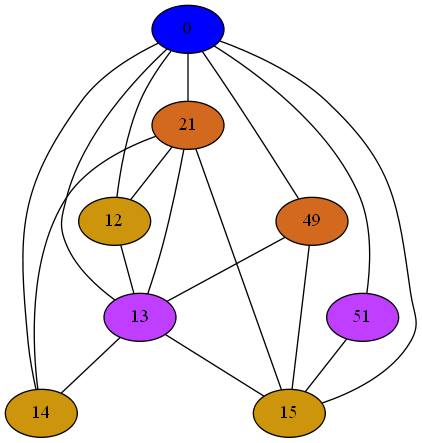
This is Compiler/26iGraph.png from mbajaj92/Project-Astoria, a Graphviz export, as it was before one commit. Its source is kept beside it as Compiler/26iGraph.dot.
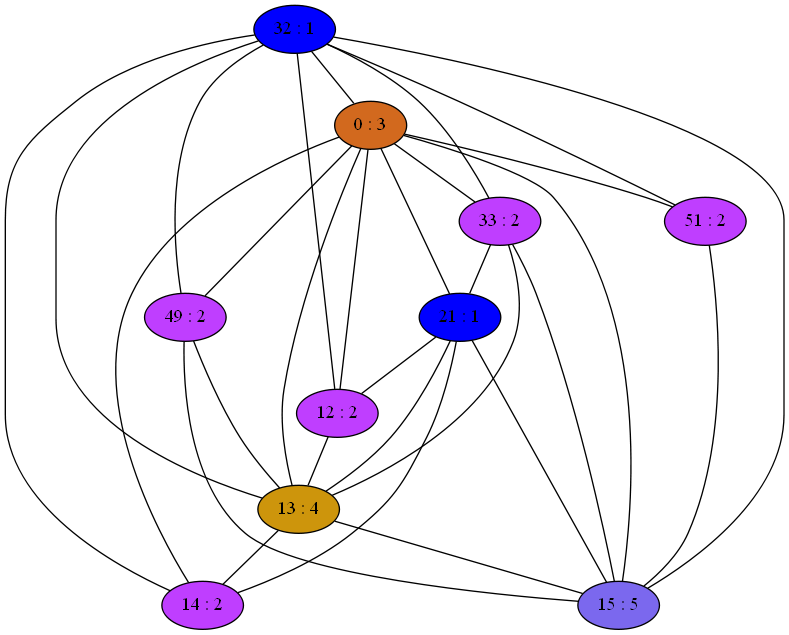
After the change.

Diff of the diagram source:
```diff
@@ -1,43 +1,69 @@
 strict graph {
-0[label="0" style=filled fillcolor="blue1"];
+32[label="32 : 1" style=filled fillcolor="blue1"];
+32 -- 0
+32 -- 49
+32 -- 33
+32 -- 51
+32 -- 12
+32 -- 13
+32 -- 14
+32 -- 15
+0[label="0 : 3" style=filled fillcolor="chocolate"];
+0 -- 32
 0 -- 49
+0 -- 33
 0 -- 51
 0 -- 21
 0 -- 12
 0 -- 13
 0 -- 14
 0 -- 15
-49[label="49" style=filled fillcolor="chocolate"];
+33[label="33 : 2" style=filled fillcolor="darkorchid1"];
+33 -- 32
+33 -- 0
+33 -- 21
+33 -- 13
+33 -- 15
+49[label="49 : 2" style=filled fillcolor="darkorchid1"];
+49 -- 32
 49 -- 0
 49 -- 13
 49 -- 15
-51[label="51" style=filled fillcolor="darkorchid1"];
+51[label="51 : 2" style=filled fillcolor="darkorchid1"];
+51 -- 32
 51 -- 0
 51 -- 15
-21[label="21" style=filled fillcolor="chocolate"];
+21[label="21 : 1" style=filled fillcolor="blue1"];
 21 -- 0
+21 -- 33
 21 -- 12
 21 -- 13
 21 -- 14
 21 -- 15
-12[label="12" style=filled fillcolor="darkgoldenrod3"];
+12[label="12 : 2" style=filled fillcolor="darkorchid1"];
+12 -- 32
 12 -- 0
 12 -- 21
 12 -- 13
-13[label="13" style=filled fillcolor="darkorchid1"];
+13[label="13 : 4" style=filled fillcolor="darkgoldenrod3"];
+13 -- 32
 13 -- 0
 13 -- 49
+13 -- 33
 13 -- 21
 13 -- 12
 13 -- 14
 13 -- 15
-14[label="14" style=filled fillcolor="darkgoldenrod3"];
+14[label="14 : 2" style=filled fillcolor="darkorchid1"];
+14 -- 32
 14 -- 0
 14 -- 21
 14 -- 13
-15[label="15" style=filled fillcolor="darkgoldenrod3"];
+15[label="15 : 5" style=filled fillcolor="mediumslateblue"];
+15 -- 32
 15 -- 0
 15 -- 49
+15 -- 33
 15 -- 51
 15 -- 21
 15 -- 13
```
